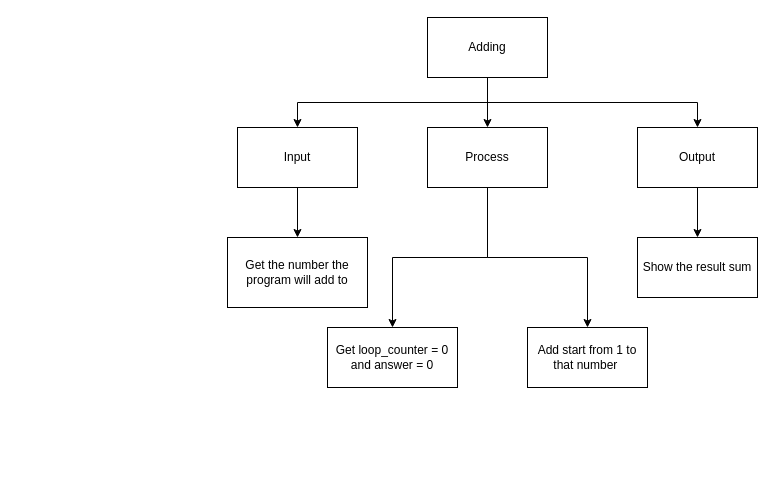
Before: design.top-down.drawio in Yiyun-Qin/ICS3U-Assignment3-Python, a draw.io diagram. Source tidied: cells renumbered, new cells numbered last; positions are measured from the earlier drawing's top-left corner, leaving out a move shared by most shapes. Both pictures are drawn from the tidied source at 100%, with x=0, y=0 at pixel (227, 17).
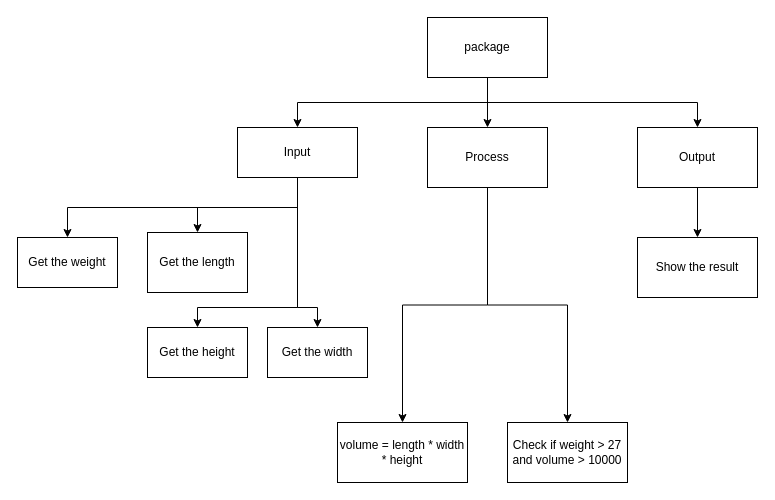
After the change.

The edit, as a diff of the source:
```diff
@@
-    <mxCell id="5" value="Adding" style="rounded=0;whiteSpace=wrap;html=1;" parent="1" vertex="1">
+    <mxCell id="5" value="package" style="rounded=0;whiteSpace=wrap;html=1;" parent="1" vertex="1">
       <mxGeometry x="200" width="120" height="60" as="geometry" />
     </mxCell>
@@
+    <mxCell id="17" style="edgeStyle=orthogonalEdgeStyle;rounded=0;html=1;exitX=0.5;exitY=1;exitDx=0;exitDy=0;entryX=0.5;entryY=0;entryDx=0;entryDy=0;" parent="1" edge="1" source="7" target="20">
+      <mxGeometry relative="1" as="geometry">
+        <Array as="points">
+          <mxPoint x="70" y="190" />
+          <mxPoint x="-30" y="190" />
+        </Array>
+      </mxGeometry>
+    </mxCell>
+    <mxCell id="18" style="edgeStyle=orthogonalEdgeStyle;rounded=0;html=1;exitX=0.5;exitY=1;exitDx=0;exitDy=0;entryX=0.5;entryY=0;entryDx=0;entryDy=0;" parent="1" edge="1" source="7" target="22">
+      <mxGeometry relative="1" as="geometry">
+        <Array as="points">
+          <mxPoint x="70" y="290" />
+          <mxPoint x="-30" y="290" />
+        </Array>
+      </mxGeometry>
+    </mxCell>
+    <mxCell id="19" style="edgeStyle=orthogonalEdgeStyle;rounded=0;html=1;exitX=0.5;exitY=1;exitDx=0;exitDy=0;entryX=0.5;entryY=0;entryDx=0;entryDy=0;" parent="1" edge="1" source="7" target="21">
+      <mxGeometry relative="1" as="geometry">
+        <Array as="points">
+          <mxPoint x="70" y="290" />
+          <mxPoint x="90" y="290" />
+        </Array>
+      </mxGeometry>
+    </mxCell>
     <mxCell id="7" value="Input" style="rounded=0;whiteSpace=wrap;html=1;" parent="1" vertex="1">
-      <mxGeometry x="10" y="110" width="120" height="60" as="geometry" />
+      <mxGeometry x="10" y="110" width="120" height="50" as="geometry" />
     </mxCell>
@@
-    <mxCell id="13" value="Get the number the program will add to" style="rounded=0;whiteSpace=wrap;html=1;" parent="1" vertex="1">
-      <mxGeometry y="220" width="140" height="70" as="geometry" />
+    <mxCell id="13" value="Get the weight" style="rounded=0;whiteSpace=wrap;html=1;" parent="1" vertex="1">
+      <mxGeometry x="-210" y="220" width="100" height="50" as="geometry" />
     </mxCell>
-    <mxCell id="14" value="Add start from 1 to that number&amp;nbsp;" style="rounded=0;whiteSpace=wrap;html=1;" parent="1" vertex="1">
-      <mxGeometry x="300" y="310" width="120" height="60" as="geometry" />
+    <mxCell id="14" value="Check if weight &amp;gt; 27 and volume &amp;gt; 10000" style="rounded=0;whiteSpace=wrap;html=1;" parent="1" vertex="1">
+      <mxGeometry x="280" y="405" width="120" height="60" as="geometry" />
     </mxCell>
-    <mxCell id="15" value="Show the result sum" style="rounded=0;whiteSpace=wrap;html=1;" parent="1" vertex="1">
+    <mxCell id="15" value="Show the result" style="rounded=0;whiteSpace=wrap;html=1;" parent="1" vertex="1">
       <mxGeometry x="410" y="220" width="120" height="60" as="geometry" />
     </mxCell>
-    <mxCell id="16" value="Get loop_counter = 0 and answer = 0" style="rounded=0;whiteSpace=wrap;html=1;" parent="1" vertex="1">
-      <mxGeometry x="100" y="310" width="130" height="60" as="geometry" />
+    <mxCell id="16" value="volume = length * width * height" style="rounded=0;whiteSpace=wrap;html=1;" parent="1" vertex="1">
+      <mxGeometry x="110" y="405" width="130" height="60" as="geometry" />
     </mxCell>
+    <mxCell id="20" value="Get the length" style="rounded=0;whiteSpace=wrap;html=1;" parent="1" vertex="1">
+      <mxGeometry x="-80" y="215" width="100" height="60" as="geometry" />
+    </mxCell>
+    <mxCell id="21" value="Get the width" style="rounded=0;whiteSpace=wrap;html=1;" parent="1" vertex="1">
+      <mxGeometry x="40" y="310" width="100" height="50" as="geometry" />
+    </mxCell>
+    <mxCell id="22" value="Get the height" style="rounded=0;whiteSpace=wrap;html=1;" parent="1" vertex="1">
+      <mxGeometry x="-80" y="310" width="100" height="50" as="geometry" />
+    </mxCell>
```
